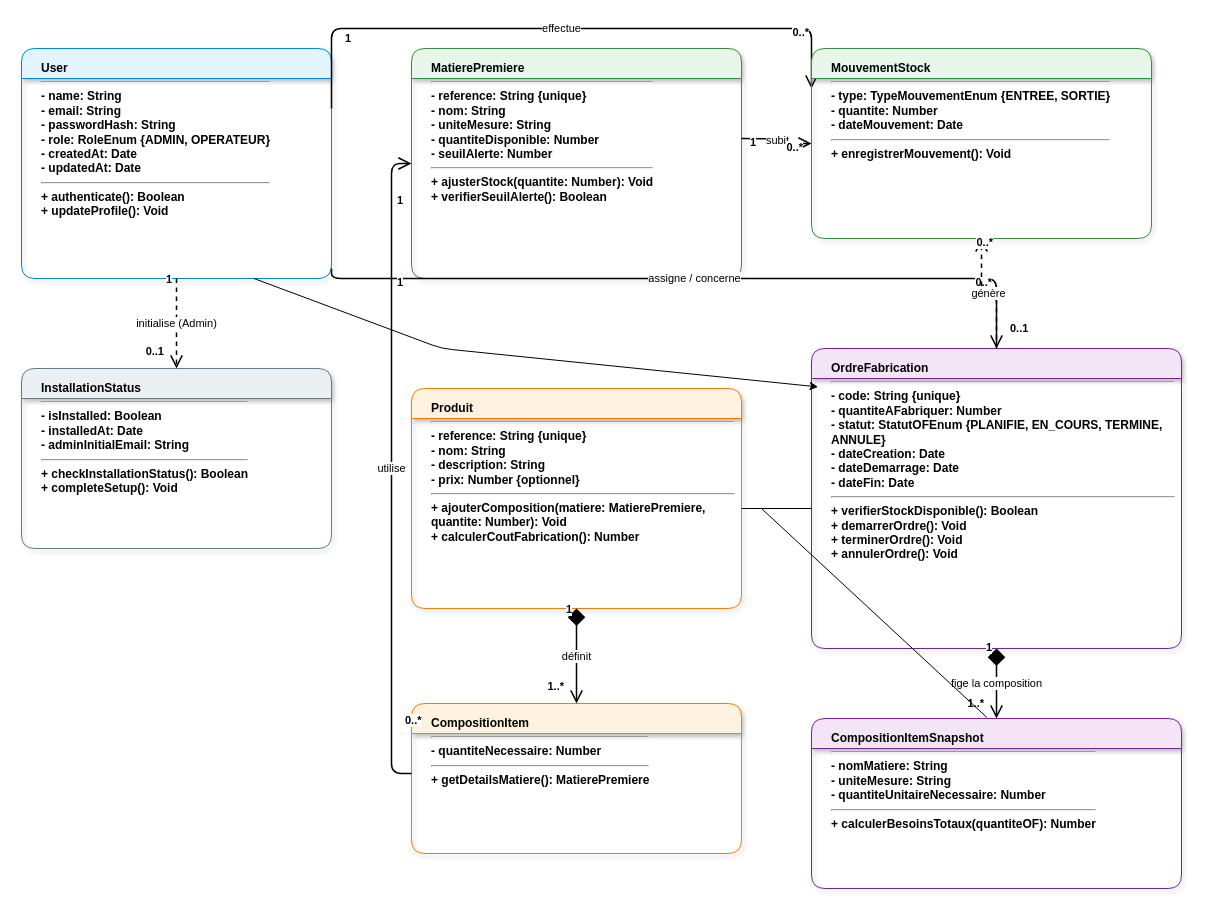
Earlier version of the draw.io diagram docs/architucture/factoryflow_uml_class_diagramm.drawio (ayanakkabi1/FactoryFlow). Source tidied: cells renumbered, new cells numbered last; positions are measured from the earlier drawing's top-left corner, leaving out a move shared by most shapes. Both pictures are drawn from the tidied source at 100%, with x=0, y=0 at pixel (21, 28).
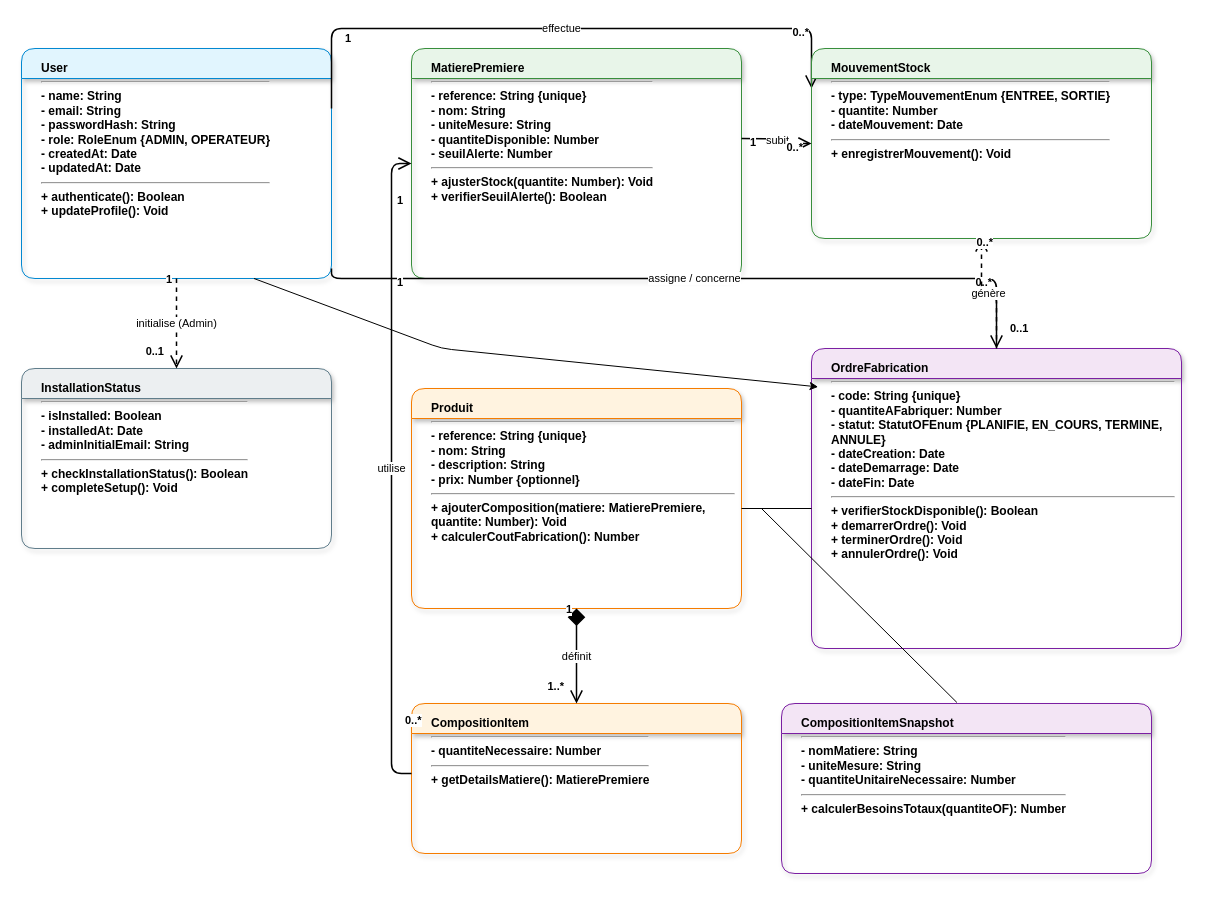
Above is the later version.

The change refers to these unchanged cells:
```xml
<mxCell id="11" value="&lt;b&gt;OrdreFabrication&lt;/b&gt;&lt;hr/&gt;- code: String {unique}&lt;br/&gt;- quantiteAFabriquer: Number&lt;br/&gt;- statut: StatutOFEnum {PLANIFIE, EN_COURS, TERMINE, ANNULE}&lt;br/&gt;- dateCreation: Date&lt;br/&gt;- dateDemarrage: Date&lt;br/&gt;- dateFin: Date&lt;hr/&gt;+ verifierStockDisponible(): Boolean&lt;br/&gt;+ demarrerOrdre(): Void&lt;br/&gt;+ terminerOrdre(): Void&lt;br/&gt;+ annulerOrdre(): Void" style="swimlane;html=1;whiteSpace=wrap;fontSize=12;spacing=8;spacingLeft=12;verticalAlign=top;horizontal=1;startSize=30;rounded=1;shadow=1;fillColor=#F3E5F5;strokeColor=#7B1FA2;align=left;" parent="1" vertex="1">
  <mxGeometry x="790" y="320" width="370" height="300" as="geometry" />
</mxCell>
```

Change to the diagram source:
```diff
@@
     <mxCell id="12" value="&lt;b&gt;CompositionItemSnapshot&lt;/b&gt;&lt;hr/&gt;- nomMatiere: String&lt;br/&gt;- uniteMesure: String&lt;br/&gt;- quantiteUnitaireNecessaire: Number&lt;hr/&gt;+ calculerBesoinsTotaux(quantiteOF): Number" style="swimlane;html=1;whiteSpace=wrap;fontSize=12;spacing=8;spacingLeft=12;verticalAlign=top;horizontal=1;startSize=30;rounded=1;shadow=1;fillColor=#F3E5F5;strokeColor=#7B1FA2;align=left;" parent="1" vertex="1">
-      <mxGeometry x="790" y="690" width="370" height="170" as="geometry" />
+      <mxGeometry x="760" y="675" width="370" height="170" as="geometry" />
     </mxCell>
@@
-    <mxCell id="22" value="fige la composition" style="edgeStyle=orthogonalEdgeStyle;html=1;strokeWidth=1.5;startArrow=diamond;startFill=1;startSize=14;endArrow=open;endSize=10;" parent="1" edge="1" source="11" target="12">
-      <mxGeometry relative="1" as="geometry" />
-    </mxCell>
-    <mxCell id="23" value="1" style="edgeLabel;html=1;align=left;verticalAlign=bottom;fontStyle=1;" parent="22" vertex="1">
-      <mxGeometry x="-0.8" y="-12" relative="1" as="geometry" />
-    </mxCell>
-    <mxCell id="24" value="1..*" style="edgeLabel;html=1;align=right;verticalAlign=bottom;fontStyle=1;" parent="22" vertex="1">
-      <mxGeometry x="0.8" y="-12" relative="1" as="geometry" />
-    </mxCell>
```
